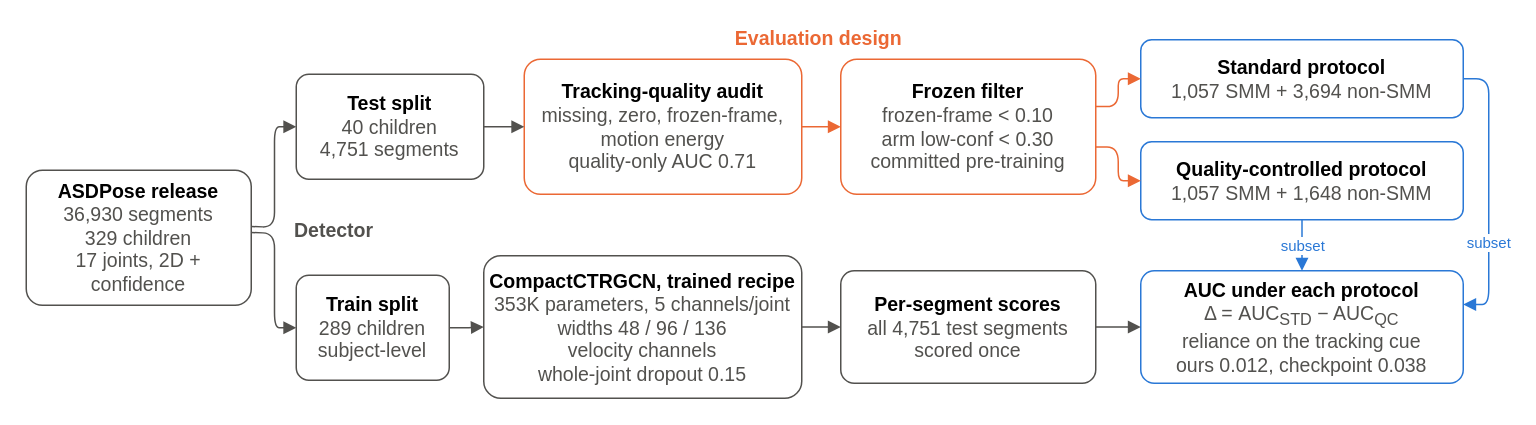
This is results/diagrams/safe_smm_pipeline.drawio from skrpandey/asdpose-smm-detection, a draw.io file, before an edit. Source tidied: cells renumbered, new cells numbered last; positions are measured from the earlier drawing's top-left corner, leaving out a move shared by most shapes. Both pictures are drawn from the tidied source at 150%, with x=0, y=0 at pixel (26, 26).
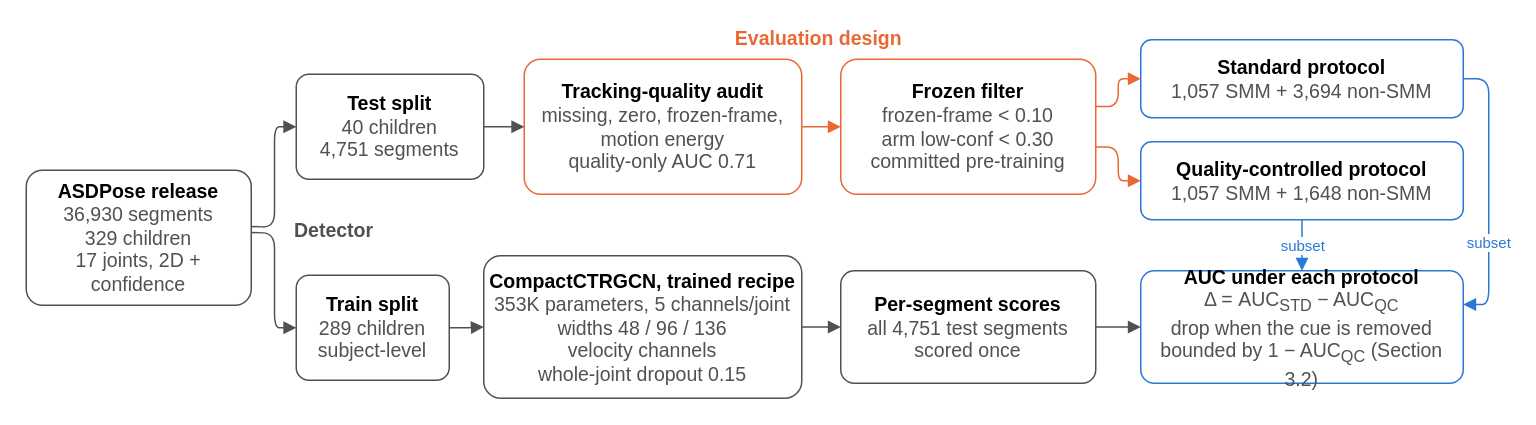
The same diagram, later.

Commit message (it also covers changes not shown here):
Fix the two figure sources after the camera-ready review

What changed in the source:
```diff
@@
-    <mxCell id="13" value="&lt;b&gt;AUC under each protocol&lt;/b&gt;&lt;br&gt;&lt;font color=&quot;#52514e&quot;&gt;Δ = AUC&lt;sub&gt;STD&lt;/sub&gt; − AUC&lt;sub&gt;QC&lt;/sub&gt;&lt;br&gt;reliance on the tracking cue&lt;br&gt;ours 0.012, checkpoint 0.038&lt;/font&gt;" style="rounded=1;arcSize=12;whiteSpace=wrap;html=1;fillColor=#ffffff;strokeColor=#2a78d6;fontSize=13;spacing=4;" parent="1" vertex="1">
+    <mxCell id="13" value="&lt;b&gt;AUC under each protocol&lt;/b&gt;&lt;br&gt;&lt;font color=&quot;#52514e&quot;&gt;Δ = AUC&lt;sub&gt;STD&lt;/sub&gt; − AUC&lt;sub&gt;QC&lt;/sub&gt;&lt;br&gt;drop when the cue is removed&lt;br&gt;bounded by 1 − AUC&lt;sub&gt;QC&lt;/sub&gt; (Section 3.2)&lt;/font&gt;" style="rounded=1;arcSize=12;whiteSpace=wrap;html=1;fillColor=#ffffff;strokeColor=#2a78d6;fontSize=13;spacing=4;" parent="1" vertex="1">
       <mxGeometry x="743" y="163" width="215" height="75" as="geometry" />
     </mxCell>
```
